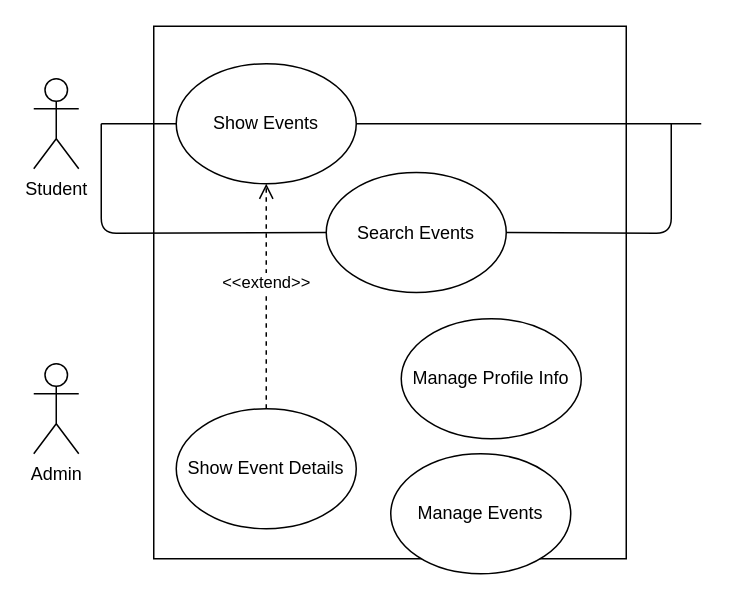
Above: Events Use-Case Diagram.drawio in m-bassiri/HamyarApp (draw.io), before the change. Source tidied: cells renumbered, new cells numbered last; positions are measured from the earlier drawing's top-left corner, leaving out a move shared by most shapes. Both pictures are drawn from the tidied source at 150%, with x=0, y=0 at pixel (33, 26).
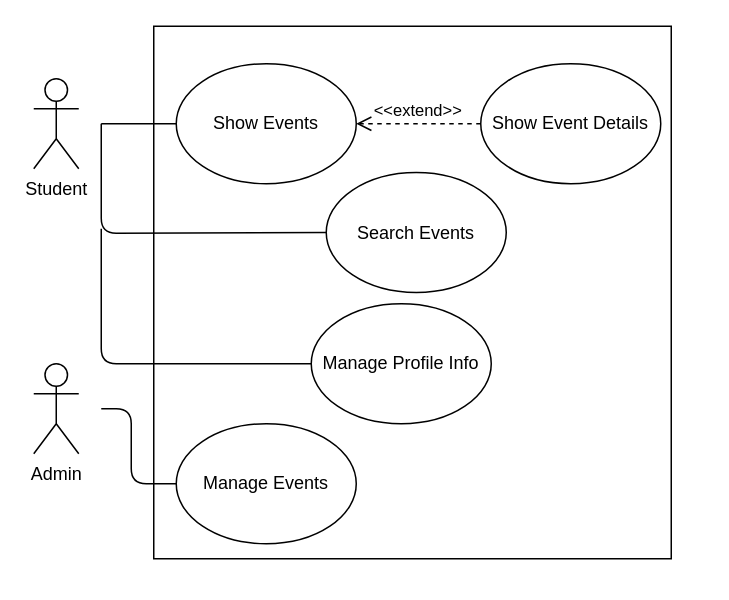
The same diagram, later.

Unchanged cells that the change refers to:
```xml
<mxCell id="4" value="Show Events&lt;br&gt;" style="ellipse;whiteSpace=wrap;html=1;" parent="1" vertex="1">
  <mxGeometry x="95" y="25" width="120" height="80" as="geometry" />
</mxCell>
<mxCell id="7" value="Search Events&lt;br&gt;" style="ellipse;whiteSpace=wrap;html=1;" parent="1" vertex="1">
  <mxGeometry x="195" y="97.5" width="120" height="80" as="geometry" />
</mxCell>
```

The edit, as a diff of the source:
```diff
@@
     <mxCell id="2" style="rounded=0;whiteSpace=wrap;html=1;" parent="1" vertex="1">
-      <mxGeometry x="80" width="315" height="355" as="geometry" />
+      <mxGeometry x="80" width="345" height="355" as="geometry" />
     </mxCell>
@@
-    <mxCell id="6" style="endArrow=none;html=1;entryX=0;entryY=0.5;entryDx=0;entryDy=0;exitX=1;exitY=0.5;exitDx=0;exitDy=0;" parent="1" edge="1" source="4">
-      <mxGeometry relative="1" as="geometry">
-        <mxPoint x="445" y="65" as="targetPoint" />
-      </mxGeometry>
-    </mxCell>
@@
-    <mxCell id="9" style="endArrow=none;html=1;exitX=1;exitY=0.5;exitDx=0;exitDy=0;" parent="1" edge="1" source="7">
-      <mxGeometry relative="1" as="geometry">
-        <mxPoint x="425" y="65" as="targetPoint" />
-        <Array as="points">
-          <mxPoint x="425" y="138" />
-        </Array>
-      </mxGeometry>
-    </mxCell>
     <mxCell id="10" value="Show Event Details" style="ellipse;whiteSpace=wrap;html=1;" parent="1" vertex="1">
-      <mxGeometry x="95" y="255" width="120" height="80" as="geometry" />
+      <mxGeometry x="298" y="25" width="120" height="80" as="geometry" />
     </mxCell>
@@
-    <mxCell id="12" value="&amp;lt;&amp;lt;extend&amp;gt;&amp;gt;&lt;br&gt;" style="html=1;verticalAlign=bottom;endArrow=open;dashed=1;endSize=8;exitX=0.5;exitY=0;exitDx=0;exitDy=0;entryX=0.5;entryY=1;entryDx=0;entryDy=0;" parent="1" edge="1" source="10" target="4">
+    <mxCell id="12" value="&amp;lt;&amp;lt;extend&amp;gt;&amp;gt;&lt;br&gt;" style="html=1;verticalAlign=bottom;endArrow=open;dashed=1;endSize=8;exitX=0;exitY=0.5;exitDx=0;exitDy=0;entryX=1;entryY=0.5;entryDx=0;entryDy=0;" parent="1" edge="1" source="10" target="4">
       <mxGeometry relative="1" as="geometry" />
     </mxCell>
     <mxCell id="13" value="Manage Profile Info&lt;br&gt;" style="ellipse;whiteSpace=wrap;html=1;" parent="1" vertex="1">
-      <mxGeometry x="245" y="195" width="120" height="80" as="geometry" />
+      <mxGeometry x="185" y="185" width="120" height="80" as="geometry" />
     </mxCell>
     <mxCell id="14" value="Manage Events" style="ellipse;whiteSpace=wrap;html=1;" parent="1" vertex="1">
-      <mxGeometry x="238" y="285" width="120" height="80" as="geometry" />
+      <mxGeometry x="95" y="265" width="120" height="80" as="geometry" />
     </mxCell>
+    <mxCell id="15" style="endArrow=none;html=1;exitX=0;exitY=0.5;exitDx=0;exitDy=0;" parent="1" edge="1" source="13">
+      <mxGeometry relative="1" as="geometry">
+        <mxPoint x="45" y="135" as="targetPoint" />
+        <Array as="points">
+          <mxPoint x="45" y="225" />
+        </Array>
+      </mxGeometry>
+    </mxCell>
+    <mxCell id="16" style="endArrow=none;html=1;exitX=0;exitY=0.5;exitDx=0;exitDy=0;" parent="1" edge="1" source="14">
+      <mxGeometry relative="1" as="geometry">
+        <mxPoint x="45" y="255" as="targetPoint" />
+        <Array as="points">
+          <mxPoint x="65" y="305" />
+          <mxPoint x="65" y="255" />
+        </Array>
+      </mxGeometry>
+    </mxCell>
```
